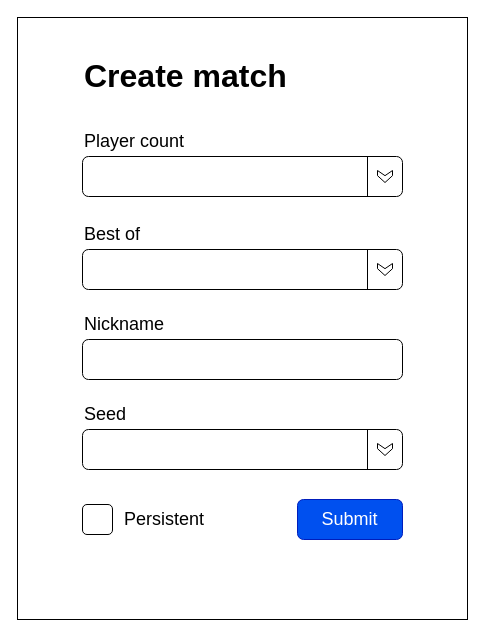
Above: page "Create_Form" (2 of 5) of quakePicker.drawio in wilsonept/quake-picker (draw.io), before the change. Source tidied: cells renumbered, new cells numbered last; positions are measured from the earlier drawing's top-left corner, leaving out a move shared by most shapes. Both pictures are drawn from the tidied source at 100%, with x=0, y=0 at pixel (17, 17).
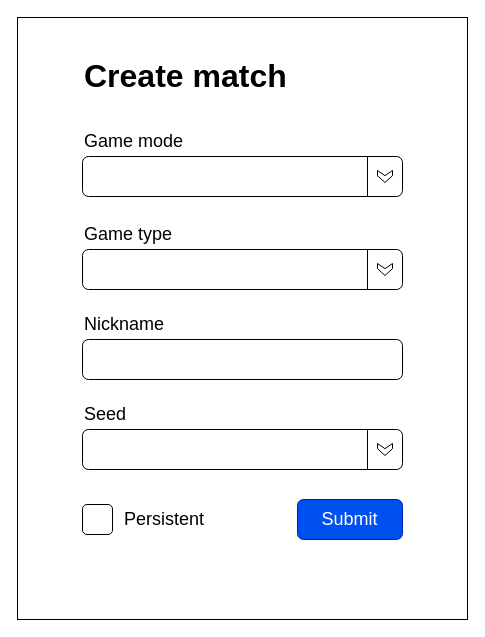
After the change.

The edit, as a diff of the source:
```diff
@@
-    <mxCell id="6" value="Player count" style="text;html=1;strokeColor=none;fillColor=none;align=left;verticalAlign=middle;whiteSpace=wrap;rounded=0;fontSize=18;" parent="1" vertex="1">
+    <mxCell id="6" value="Game mode" style="text;html=1;strokeColor=none;fillColor=none;align=left;verticalAlign=middle;whiteSpace=wrap;rounded=0;fontSize=18;" parent="1" vertex="1">
       <mxGeometry x="65" y="109" width="115" height="30" as="geometry" />
     </mxCell>
@@
-    <mxCell id="16" value="Best of" style="text;html=1;strokeColor=none;fillColor=none;align=left;verticalAlign=middle;whiteSpace=wrap;rounded=0;fontSize=18;" parent="1" vertex="1">
+    <mxCell id="16" value="Game type" style="text;html=1;strokeColor=none;fillColor=none;align=left;verticalAlign=middle;whiteSpace=wrap;rounded=0;fontSize=18;" parent="1" vertex="1">
       <mxGeometry x="65" y="202" width="115" height="30" as="geometry" />
     </mxCell>
```
